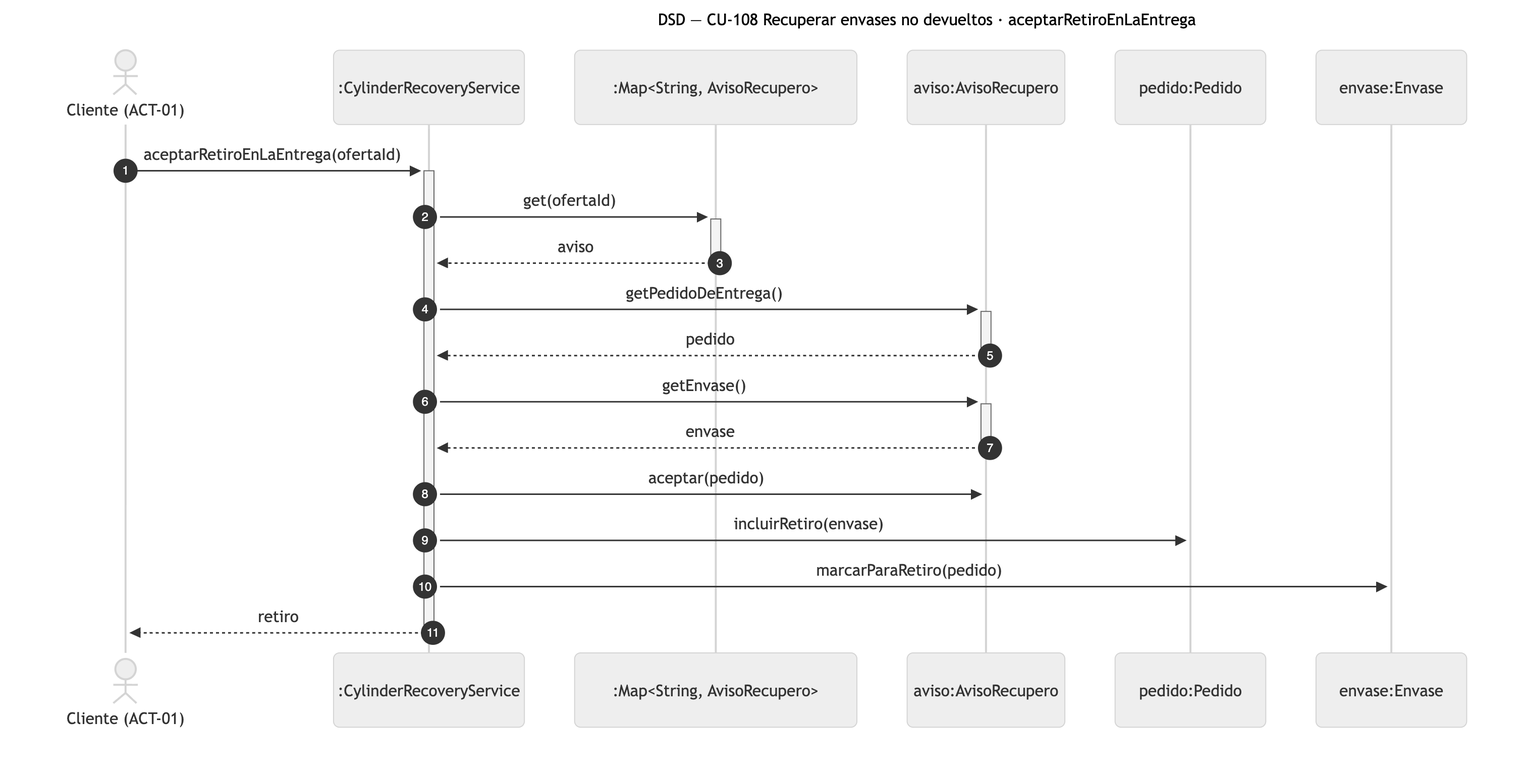
Nahuelito-Dev/splg-docs keeps this Mermaid diagram as diagramas/png/DSD_CU-108_aceptarRetiroEnLaEntrega.png. Above is the earlier version. Its source is kept beside it as diagramas/DSD_CU-108_aceptarRetiroEnLaEntrega.mmd. Source of this version:
```mermaid
sequenceDiagram
    title DSD — CU-108 Recuperar envases no devueltos · aceptarRetiroEnLaEntrega
    autonumber
    actor CLI as Cliente (ACT-01)
    participant SRV as :CylinderRecoveryService
    participant AVS as :Map#lt;String, AvisoRecupero#gt;
    participant AVI as aviso:AvisoRecupero
    participant PED as pedido:Pedido
    participant ENV as envase:Envase

    CLI->>+SRV: aceptarRetiroEnLaEntrega(ofertaId)
    SRV->>+AVS: get(ofertaId)
    AVS-->>-SRV: aviso
    SRV->>+AVI: getPedidoDeEntrega()
    AVI-->>-SRV: pedido
    SRV->>+AVI: getEnvase()
    AVI-->>-SRV: envase
    SRV->>AVI: aceptar(pedido)
    SRV->>PED: incluirRetiro(envase)
    SRV->>ENV: marcarParaRetiro(pedido)
    SRV-->>-CLI: retiro
```
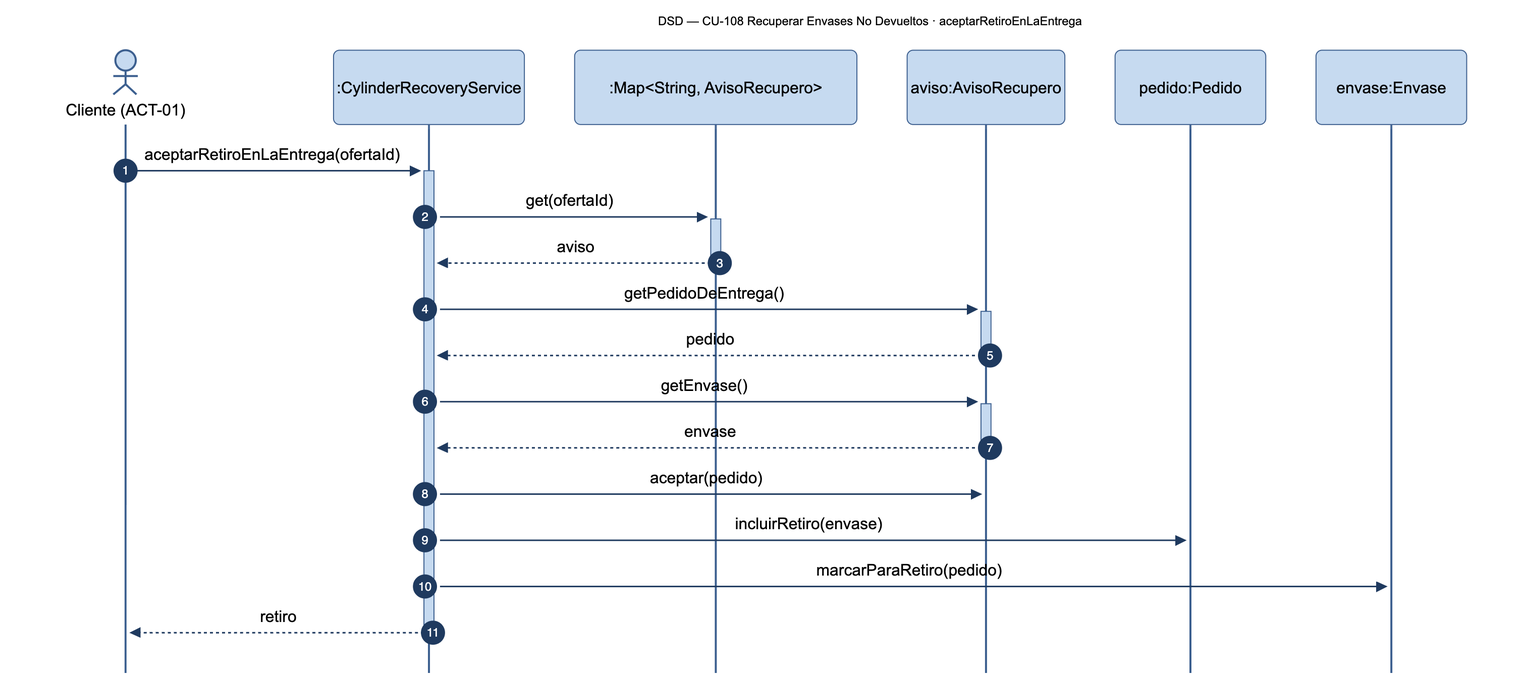
After the change.

The edit, as a diff of the source:
```diff
@@ -1,5 +1,5 @@
 sequenceDiagram
-    title DSD — CU-108 Recuperar envases no devueltos · aceptarRetiroEnLaEntrega
+    title DSD — CU-108 Recuperar Envases No Devueltos · aceptarRetiroEnLaEntrega
     autonumber
     actor CLI as Cliente (ACT-01)
     participant SRV as :CylinderRecoveryService
```
